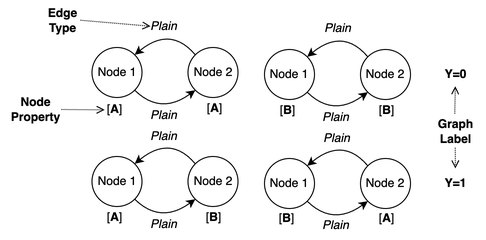
Above: figures/NoisyXOR.png in cair/GraphTsetlinMachine (draw.io), before the change. Source tidied: cells renumbered, new cells last; positions are measured from the earlier drawing's top-left corner, leaving out a move shared by most shapes.
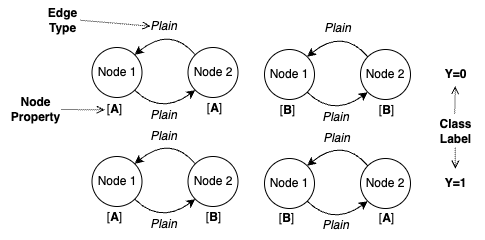
Above is the later version.

Change to the diagram source:
```diff
@@ -153,7 +153,7 @@
     <mxCell id="39" value="&lt;i&gt;Plain&lt;/i&gt;" style="text;html=1;align=center;verticalAlign=middle;strokeColor=none;fillColor=none;" parent="1" vertex="1">
       <mxGeometry x="311" y="122.5" width="50" height="30" as="geometry" />
     </mxCell>
-    <mxCell id="40" value="&lt;div&gt;&lt;b&gt;Graph&lt;/b&gt;&lt;/div&gt;&lt;div&gt;&lt;b&gt;Label&lt;/b&gt;&lt;/div&gt;" style="text;html=1;align=center;verticalAlign=middle;points=[];strokeColor=none;fillColor=none;" parent="1" vertex="1">
+    <mxCell id="40" value="&lt;div&gt;&lt;b&gt;Class&lt;/b&gt;&lt;/div&gt;&lt;div&gt;&lt;b&gt;Label&lt;/b&gt;&lt;/div&gt;" style="text;html=1;align=center;verticalAlign=middle;points=[];strokeColor=none;fillColor=none;" parent="1" vertex="1">
       <mxGeometry x="425" y="110.5" width="60" height="40" as="geometry" />
     </mxCell>
     <mxCell id="41" style="endArrow=open;html=1;rounded=0;exitX=0.488;exitY=0.064;exitDx=0;exitDy=0;exitPerimeter=0;dashed=1;dashPattern=1 1;endFill=0;entryX=0.496;entryY=0.889;entryDx=0;entryDy=0;entryPerimeter=0;" parent="1" edge="1" source="40" target="10">
```
